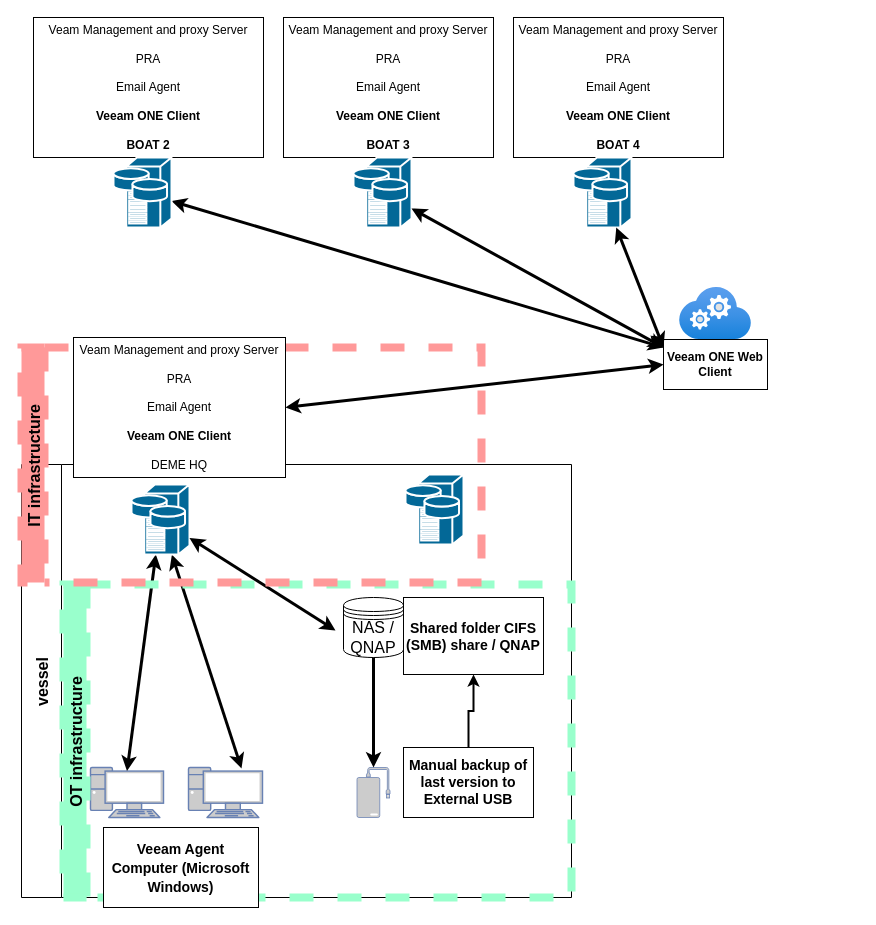
This is page "New Proposal" (6 of 8) of Untitled Diagram.drawio from Wkurylo/docker_kubernetes_diagrams, a draw.io file, before an edit. Source tidied: cells renumbered, new cells numbered last; positions are measured from the earlier drawing's top-left corner, leaving out a move shared by most shapes. Both pictures are drawn from the tidied source at 100%, with x=0, y=0 at pixel (21, 17).
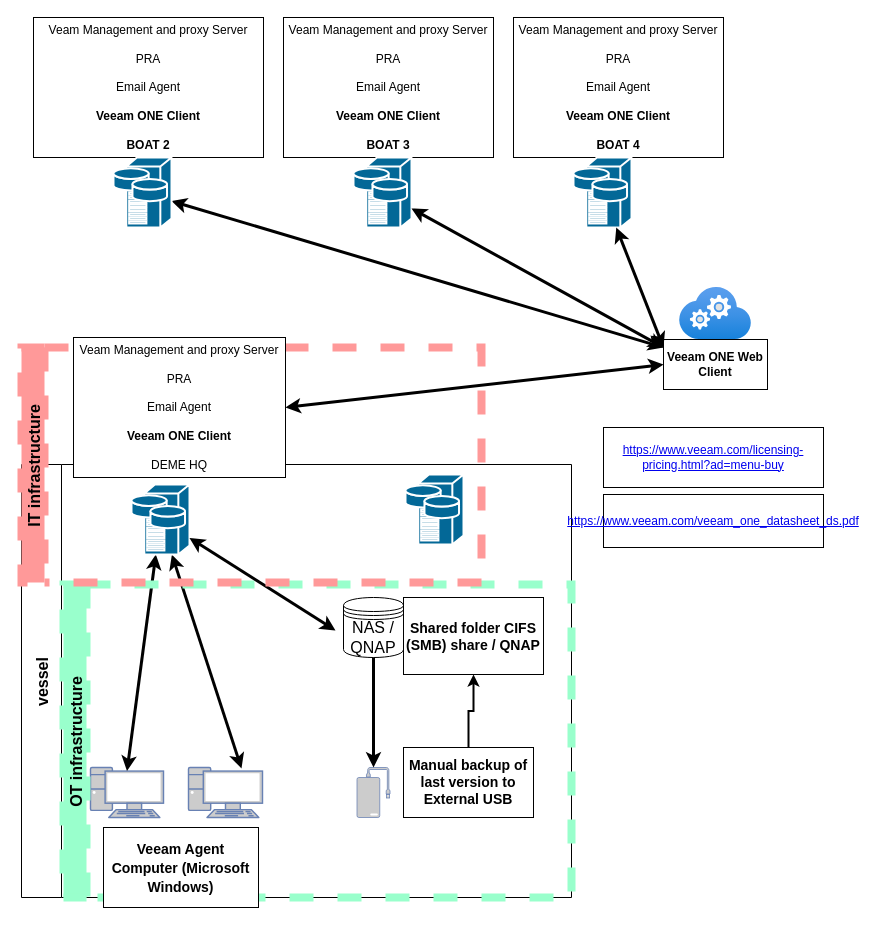
After the change.

What changed in the source:
```diff
@@
+    <mxCell id="32" value="&lt;a href=&quot;https://www.veeam.com/licensing-pricing.html?ad=menu-buy&quot;&gt;https://www.veeam.com/licensing-pricing.html?ad=menu-buy&lt;/a&gt;" style="rounded=0;whiteSpace=wrap;html=1;" parent="1" vertex="1">
+      <mxGeometry x="582" y="410" width="220" height="60" as="geometry" />
+    </mxCell>
+    <mxCell id="33" value="&lt;a href=&quot;https://www.veeam.com/veeam_one_datasheet_ds.pdf&quot;&gt;https://www.veeam.com/veeam_one_datasheet_ds.pdf&lt;/a&gt;" style="rounded=0;whiteSpace=wrap;html=1;" parent="1" vertex="1">
+      <mxGeometry x="582" y="477" width="220" height="53" as="geometry" />
+    </mxCell>
```
